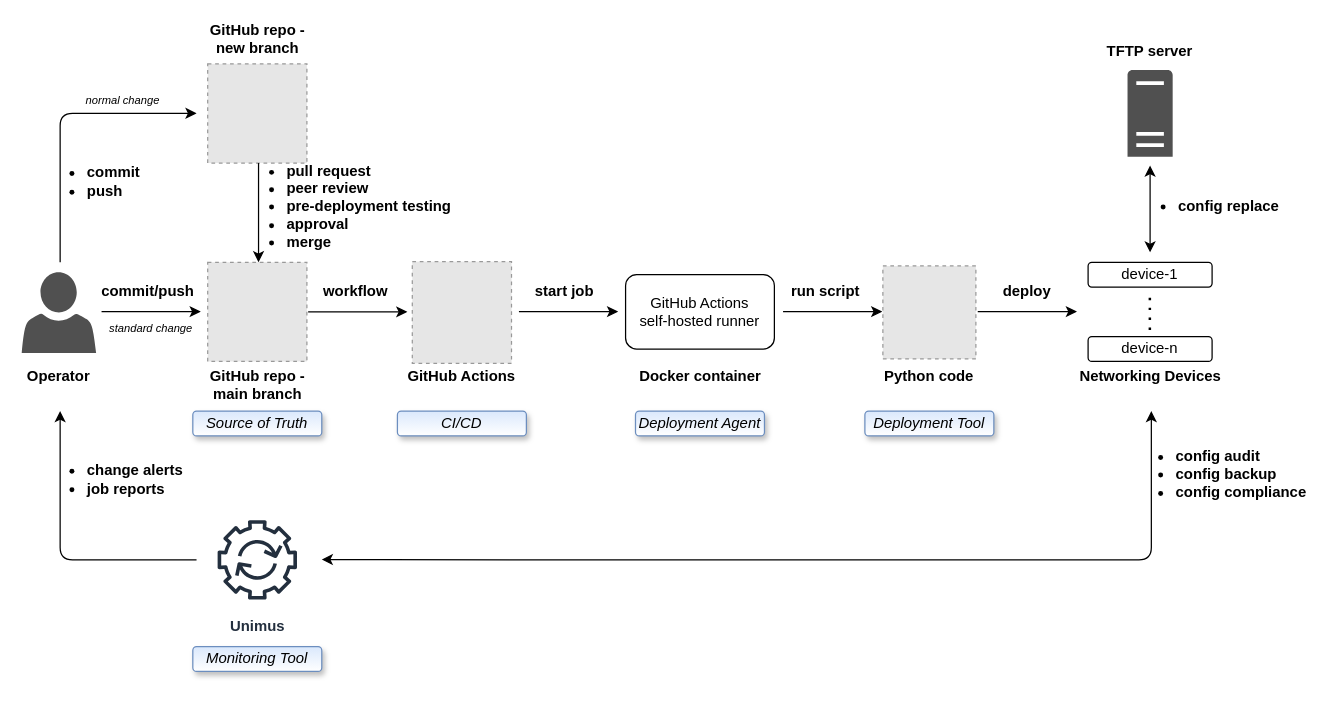
This is diagram-network-automation-github-actions.drawio from gdmoney/network-automation-github-actions, a draw.io file, before an edit. Source tidied: cells renumbered, new cells numbered last; positions are measured from the earlier drawing's top-left corner, leaving out a move shared by most shapes. Both pictures are drawn from the tidied source at 124%, with x=0, y=0 at pixel (21, 26). Pictures stored in the file or linked from it are replaced by grey dashed boxes.
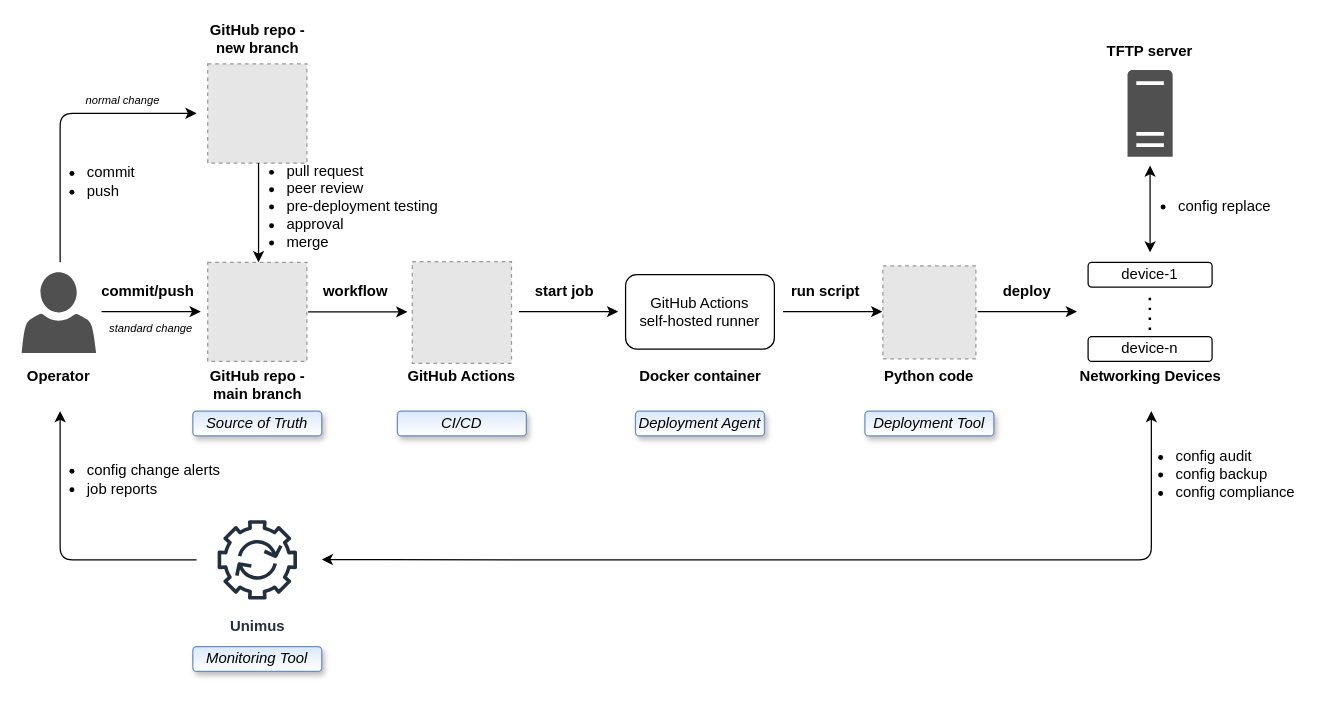
Above is the later version.

Change to the diagram source:
```diff
@@
-    <mxCell id="23" value="&lt;ul&gt;&lt;li&gt;&lt;b&gt;pull request&lt;/b&gt;&lt;/li&gt;&lt;li&gt;&lt;b&gt;peer review&lt;/b&gt;&lt;/li&gt;&lt;li&gt;&lt;b&gt;pre-deployment testing&lt;/b&gt;&lt;/li&gt;&lt;li&gt;&lt;b&gt;approval&lt;/b&gt;&lt;/li&gt;&lt;li&gt;&lt;b&gt;merge&lt;/b&gt;&lt;/li&gt;&lt;/ul&gt;" style="text;html=1;strokeColor=none;fillColor=none;align=left;verticalAlign=middle;whiteSpace=wrap;rounded=0;" parent="1" vertex="1">
+    <mxCell id="23" value="&lt;ul&gt;&lt;li&gt;pull request&lt;/li&gt;&lt;li&gt;peer review&lt;/li&gt;&lt;li&gt;pre-deployment testing&lt;/li&gt;&lt;li&gt;approval&lt;/li&gt;&lt;li&gt;merge&lt;/li&gt;&lt;/ul&gt;" style="text;html=1;strokeColor=none;fillColor=none;align=left;verticalAlign=middle;whiteSpace=wrap;rounded=0;" parent="1" vertex="1">
       <mxGeometry x="172" y="110" width="188" height="70" as="geometry" />
     </mxCell>
@@
-    <mxCell id="34" value="&lt;ul&gt;&lt;li&gt;&lt;b&gt;commit&lt;/b&gt;&lt;/li&gt;&lt;li&gt;&lt;b&gt;push&lt;/b&gt;&lt;/li&gt;&lt;/ul&gt;" style="text;html=1;strokeColor=none;fillColor=none;align=left;verticalAlign=middle;whiteSpace=wrap;rounded=0;" parent="1" vertex="1">
+    <mxCell id="34" value="&lt;ul&gt;&lt;li&gt;commit&lt;/li&gt;&lt;li&gt;push&lt;/li&gt;&lt;/ul&gt;" style="text;html=1;strokeColor=none;fillColor=none;align=left;verticalAlign=middle;whiteSpace=wrap;rounded=0;" parent="1" vertex="1">
       <mxGeometry x="11" y="110" width="110" height="30" as="geometry" />
     </mxCell>
-    <mxCell id="35" value="&lt;ul&gt;&lt;li&gt;&lt;b&gt;change alerts&lt;/b&gt;&lt;/li&gt;&lt;li&gt;&lt;b&gt;job reports&lt;/b&gt;&lt;/li&gt;&lt;/ul&gt;" style="text;html=1;strokeColor=none;fillColor=none;align=left;verticalAlign=middle;whiteSpace=wrap;rounded=0;" parent="1" vertex="1">
-      <mxGeometry x="11" y="350" width="130" height="30" as="geometry" />
+    <mxCell id="35" value="&lt;ul&gt;&lt;li&gt;config change alerts&lt;/li&gt;&lt;li&gt;job reports&lt;/li&gt;&lt;/ul&gt;" style="text;html=1;strokeColor=none;fillColor=none;align=left;verticalAlign=middle;whiteSpace=wrap;rounded=0;" parent="1" vertex="1">
+      <mxGeometry x="11" y="350" width="159" height="30" as="geometry" />
     </mxCell>
@@
-    <mxCell id="38" value="&lt;ul&gt;&lt;li&gt;&lt;b&gt;config audit&lt;/b&gt;&lt;/li&gt;&lt;li&gt;&lt;b&gt;config backup&lt;/b&gt;&lt;/li&gt;&lt;li&gt;&lt;b&gt;config compliance&lt;/b&gt;&lt;/li&gt;&lt;/ul&gt;" style="text;html=1;strokeColor=none;fillColor=none;align=left;verticalAlign=middle;whiteSpace=wrap;rounded=0;" parent="1" vertex="1">
+    <mxCell id="38" value="&lt;ul&gt;&lt;li&gt;config audit&lt;/li&gt;&lt;li&gt;config backup&lt;/li&gt;&lt;li&gt;config compliance&lt;/li&gt;&lt;/ul&gt;" style="text;html=1;strokeColor=none;fillColor=none;align=left;verticalAlign=middle;whiteSpace=wrap;rounded=0;" parent="1" vertex="1">
       <mxGeometry x="889" y="335" width="150" height="52" as="geometry" />
     </mxCell>
@@
-    <mxCell id="43" value="&lt;ul&gt;&lt;li&gt;&lt;b&gt;config replace&lt;/b&gt;&lt;/li&gt;&lt;/ul&gt;" style="text;html=1;strokeColor=none;fillColor=none;align=left;verticalAlign=middle;whiteSpace=wrap;rounded=0;" parent="1" vertex="1">
+    <mxCell id="43" value="&lt;ul&gt;&lt;li&gt;config replace&lt;/li&gt;&lt;/ul&gt;" style="text;html=1;strokeColor=none;fillColor=none;align=left;verticalAlign=middle;whiteSpace=wrap;rounded=0;" parent="1" vertex="1">
       <mxGeometry x="891" y="130" width="130" height="30" as="geometry" />
     </mxCell>
```
